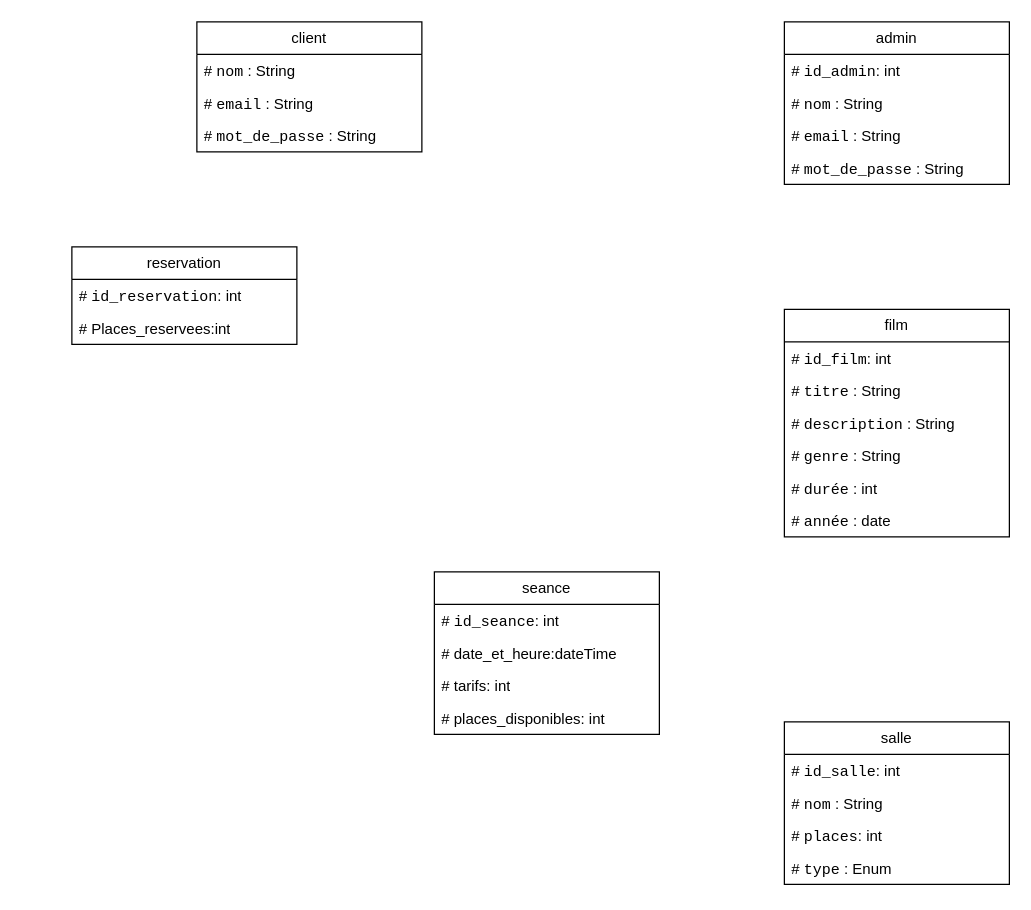
Above: page "Page-1" (1 of 2) of Diagramme sans nom.drawio in IBRA-oub/CineManager (draw.io), before the change. Source tidied: cells renumbered, new cells numbered last; positions are measured from the earlier drawing's top-left corner, leaving out a move shared by most shapes. Both pictures are drawn from the tidied source at 125%, with x=0, y=0 at pixel (71, 21).
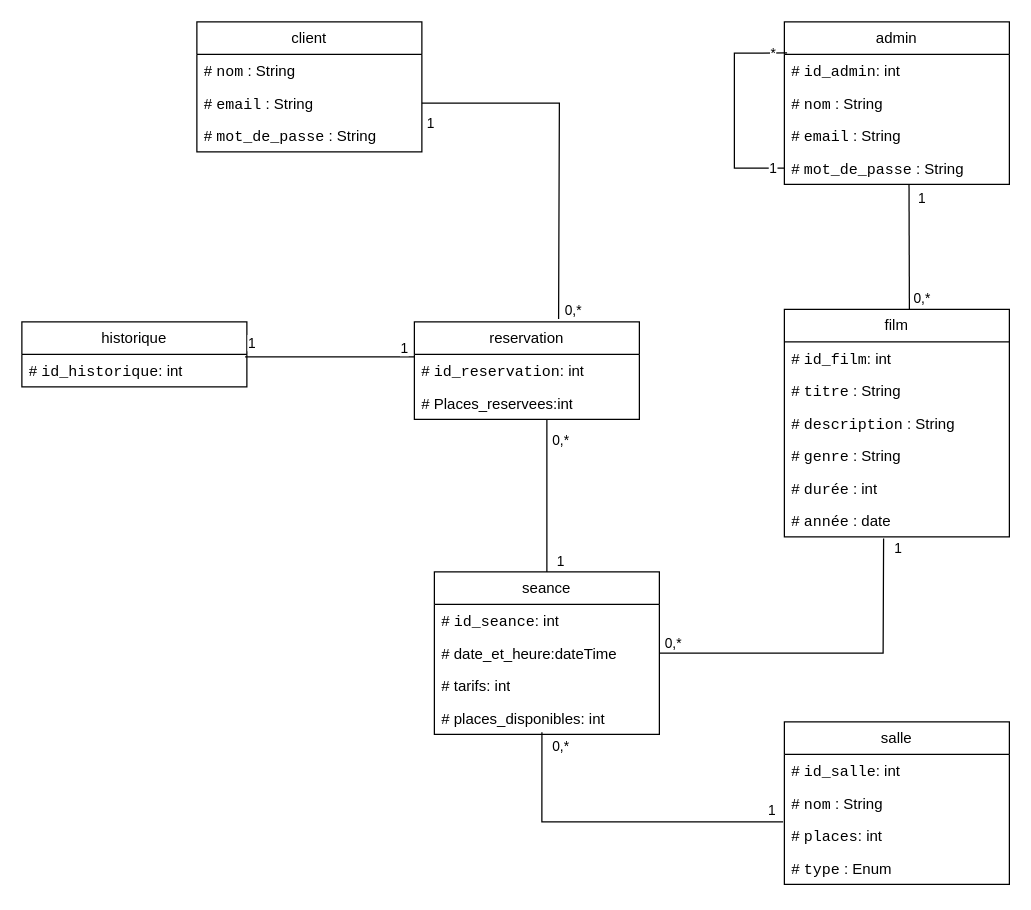
The same diagram, later.

Commit message:
Mettre à jour Diagramme sans nom.drawio

Unchanged cells that the change refers to:
```xml
<mxCell id="2" value="admin" style="swimlane;fontStyle=0;horizontal=1;startSize=26;fillColor=none;whiteSpace=wrap;html=1;" parent="1" vertex="1">
  <mxGeometry x="570" width="180" height="130" as="geometry" />
</mxCell>
<mxCell id="3" value="# &lt;font face=&quot;monospace&quot;&gt;id_admin&lt;/font&gt;: int" style="text;strokeColor=none;fillColor=none;align=left;verticalAlign=top;spacingLeft=4;spacingRight=4;overflow=hidden;points=[[0,0.5],[1,0.5]];portConstraint=eastwest;whiteSpace=wrap;html=1;" parent="2" vertex="1">
  <mxGeometry y="26" width="180" height="26" as="geometry" />
</mxCell>
<mxCell id="6" value="#&amp;nbsp;&lt;code&gt;mot_de_passe&lt;/code&gt; : String" style="text;strokeColor=none;fillColor=none;align=left;verticalAlign=top;spacingLeft=4;spacingRight=4;overflow=hidden;points=[[0,0.5],[1,0.5]];portConstraint=eastwest;whiteSpace=wrap;html=1;" parent="2" vertex="1">
  <mxGeometry y="104" width="180" height="26" as="geometry" />
</mxCell>
<mxCell id="9" value="#&amp;nbsp;&lt;code&gt;email&lt;/code&gt; : String" style="text;strokeColor=none;fillColor=none;align=left;verticalAlign=top;spacingLeft=4;spacingRight=4;overflow=hidden;points=[[0,0.5],[1,0.5]];portConstraint=eastwest;whiteSpace=wrap;html=1;" parent="7" vertex="1">
  <mxGeometry y="52" width="180" height="26" as="geometry" />
</mxCell>
<mxCell id="17" value="#&amp;nbsp;&lt;code&gt;année&lt;/code&gt; : date" style="text;strokeColor=none;fillColor=none;align=left;verticalAlign=top;spacingLeft=4;spacingRight=4;overflow=hidden;points=[[0,0.5],[1,0.5]];portConstraint=eastwest;whiteSpace=wrap;html=1;" parent="11" vertex="1">
  <mxGeometry y="156" width="180" height="26" as="geometry" />
</mxCell>
<mxCell id="23" value="seance" style="swimlane;fontStyle=0;horizontal=1;startSize=26;fillColor=none;whiteSpace=wrap;html=1;" parent="1" vertex="1">
  <mxGeometry x="290" y="440" width="180" height="130" as="geometry" />
</mxCell>
<mxCell id="25" value="# date_et_heure:dateTime" style="text;strokeColor=none;fillColor=none;align=left;verticalAlign=top;spacingLeft=4;spacingRight=4;overflow=hidden;points=[[0,0.5],[1,0.5]];portConstraint=eastwest;whiteSpace=wrap;html=1;" parent="23" vertex="1">
  <mxGeometry y="52" width="180" height="26" as="geometry" />
</mxCell>
<mxCell id="27" value="# places_disponibles: int" style="text;strokeColor=none;fillColor=none;align=left;verticalAlign=top;spacingLeft=4;spacingRight=4;overflow=hidden;points=[[0,0.5],[1,0.5]];portConstraint=eastwest;whiteSpace=wrap;html=1;" parent="23" vertex="1">
  <mxGeometry y="104" width="180" height="26" as="geometry" />
</mxCell>
<mxCell id="29" value="# &lt;font face=&quot;monospace&quot;&gt;id_reservation&lt;/font&gt;: int" style="text;strokeColor=none;fillColor=none;align=left;verticalAlign=top;spacingLeft=4;spacingRight=4;overflow=hidden;points=[[0,0.5],[1,0.5]];portConstraint=eastwest;whiteSpace=wrap;html=1;" parent="28" vertex="1">
  <mxGeometry y="26" width="180" height="26" as="geometry" />
</mxCell>
```

Diff of the diagram source:
```diff
@@
+    <mxCell id="31" style="endArrow=none;html=1;rounded=0;entryX=0;entryY=0.5;entryDx=0;entryDy=0;exitX=0.012;exitY=-0.044;exitDx=0;exitDy=0;exitPerimeter=0;" parent="2" edge="1" source="3" target="6">
+      <mxGeometry relative="1" as="geometry">
+        <Array as="points">
+          <mxPoint x="-40" y="25" />
+          <mxPoint x="-40" y="70" />
+          <mxPoint x="-40" y="117" />
+        </Array>
+      </mxGeometry>
+    </mxCell>
+    <mxCell id="32" value="1" style="edgeLabel;html=1;align=center;verticalAlign=middle;" parent="31" vertex="1">
+      <mxGeometry x="0.89" y="1" relative="1" as="geometry" />
+    </mxCell>
+    <mxCell id="33" value="*" style="edgeLabel;html=1;align=center;verticalAlign=middle;" parent="31" vertex="1">
+      <mxGeometry x="-0.86" relative="1" as="geometry" />
+    </mxCell>
@@
     <mxCell id="28" value="reservation" style="swimlane;fontStyle=0;horizontal=1;startSize=26;fillColor=none;whiteSpace=wrap;html=1;" parent="1" vertex="1">
-      <mxGeometry y="180" width="180" height="78" as="geometry" />
+      <mxGeometry x="274" y="240" width="180" height="78" as="geometry" />
     </mxCell>
@@
+    <mxCell id="34" value="historique" style="swimlane;fontStyle=0;horizontal=1;startSize=26;fillColor=none;whiteSpace=wrap;html=1;" parent="1" vertex="1">
+      <mxGeometry x="-40" y="240" width="180" height="52" as="geometry" />
+    </mxCell>
+    <mxCell id="35" value="# &lt;font face=&quot;monospace&quot;&gt;id_historique&lt;/font&gt;: int" style="text;strokeColor=none;fillColor=none;align=left;verticalAlign=top;spacingLeft=4;spacingRight=4;overflow=hidden;points=[[0,0.5],[1,0.5]];portConstraint=eastwest;whiteSpace=wrap;html=1;" parent="34" vertex="1">
+      <mxGeometry y="26" width="180" height="26" as="geometry" />
+    </mxCell>
+    <mxCell id="36" style="endArrow=none;html=1;rounded=0;entryX=0.554;entryY=0.989;entryDx=0;entryDy=0;entryPerimeter=0;" parent="1" edge="1" target="6">
+      <mxGeometry relative="1" as="geometry">
+        <mxPoint x="670" y="230" as="sourcePoint" />
+      </mxGeometry>
+    </mxCell>
+    <mxCell id="37" value="1" style="edgeLabel;html=1;align=center;verticalAlign=middle;" parent="36" vertex="1">
+      <mxGeometry x="0.8" y="1" relative="1" as="geometry">
+        <mxPoint x="11" as="offset" />
+      </mxGeometry>
+    </mxCell>
+    <mxCell id="38" value="0,*" style="edgeLabel;html=1;align=center;verticalAlign=middle;" parent="36" vertex="1">
+      <mxGeometry x="-0.87" relative="1" as="geometry">
+        <mxPoint x="10" y="-3" as="offset" />
+      </mxGeometry>
+    </mxCell>
+    <mxCell id="39" style="endArrow=none;html=1;rounded=0;exitX=1;exitY=0.5;exitDx=0;exitDy=0;entryX=0.441;entryY=1.047;entryDx=0;entryDy=0;entryPerimeter=0;" parent="1" edge="1" source="25" target="17">
+      <mxGeometry relative="1" as="geometry">
+        <Array as="points">
+          <mxPoint x="649" y="505" />
+        </Array>
+      </mxGeometry>
+    </mxCell>
+    <mxCell id="40" value="1" style="edgeLabel;html=1;align=center;verticalAlign=middle;" parent="39" vertex="1">
+      <mxGeometry x="0.95" relative="1" as="geometry">
+        <mxPoint x="11" as="offset" />
+      </mxGeometry>
+    </mxCell>
+    <mxCell id="41" value="0,*" style="edgeLabel;html=1;align=center;verticalAlign=middle;" parent="39" vertex="1">
+      <mxGeometry x="-0.95" y="1" relative="1" as="geometry">
+        <mxPoint x="3" y="-8" as="offset" />
+      </mxGeometry>
+    </mxCell>
+    <mxCell id="42" style="endArrow=none;html=1;rounded=0;exitX=0.478;exitY=0.935;exitDx=0;exitDy=0;exitPerimeter=0;" parent="1" edge="1" source="27">
+      <mxGeometry relative="1" as="geometry">
+        <mxPoint x="569" y="640" as="targetPoint" />
+        <Array as="points">
+          <mxPoint x="376" y="640" />
+        </Array>
+      </mxGeometry>
+    </mxCell>
+    <mxCell id="43" value="0,*" style="edgeLabel;html=1;align=center;verticalAlign=middle;" parent="42" vertex="1">
+      <mxGeometry x="-0.92" relative="1" as="geometry">
+        <mxPoint x="14" as="offset" />
+      </mxGeometry>
+    </mxCell>
+    <mxCell id="44" value="1" style="edgeLabel;html=1;align=center;verticalAlign=middle;" parent="42" vertex="1">
+      <mxGeometry x="0.9" relative="1" as="geometry">
+        <mxPoint x="4" y="-10" as="offset" />
+      </mxGeometry>
+    </mxCell>
+    <mxCell id="45" style="endArrow=none;html=1;rounded=0;exitX=0.5;exitY=0;exitDx=0;exitDy=0;" parent="1" edge="1" source="23">
+      <mxGeometry relative="1" as="geometry">
+        <mxPoint x="380" y="318" as="targetPoint" />
+      </mxGeometry>
+    </mxCell>
+    <mxCell id="46" value="0,*" style="edgeLabel;html=1;align=center;verticalAlign=middle;" parent="45" vertex="1">
+      <mxGeometry x="0.9" y="2" relative="1" as="geometry">
+        <mxPoint x="12" y="10" as="offset" />
+      </mxGeometry>
+    </mxCell>
+    <mxCell id="47" value="1" style="edgeLabel;html=1;align=center;verticalAlign=middle;" parent="45" vertex="1">
+      <mxGeometry x="-0.86" relative="1" as="geometry">
+        <mxPoint x="10" as="offset" />
+      </mxGeometry>
+    </mxCell>
+    <mxCell id="48" style="endArrow=none;html=1;rounded=0;entryX=0.641;entryY=-0.03;entryDx=0;entryDy=0;entryPerimeter=0;" parent="1" edge="1" source="9" target="28">
+      <mxGeometry relative="1" as="geometry">
+        <Array as="points">
+          <mxPoint x="390" y="65" />
+        </Array>
+      </mxGeometry>
+    </mxCell>
+    <mxCell id="49" value="0,*" style="edgeLabel;html=1;align=center;verticalAlign=middle;" parent="48" vertex="1">
+      <mxGeometry x="0.95" y="1" relative="1" as="geometry">
+        <mxPoint x="10" y="-1" as="offset" />
+      </mxGeometry>
+    </mxCell>
+    <mxCell id="50" value="1" style="edgeLabel;html=1;align=center;verticalAlign=middle;" parent="48" vertex="1">
+      <mxGeometry x="-0.96" y="-1" relative="1" as="geometry">
+        <mxPoint y="14" as="offset" />
+      </mxGeometry>
+    </mxCell>
+    <mxCell id="51" style="endArrow=none;html=1;rounded=0;exitX=0.992;exitY=0.077;exitDx=0;exitDy=0;exitPerimeter=0;entryX=0;entryY=0.077;entryDx=0;entryDy=0;entryPerimeter=0;" parent="1" edge="1" source="35" target="29">
+      <mxGeometry relative="1" as="geometry" />
+    </mxCell>
+    <mxCell id="52" value="1" style="edgeLabel;html=1;align=center;verticalAlign=middle;" parent="51" vertex="1">
+      <mxGeometry x="-0.92" relative="1" as="geometry">
+        <mxPoint y="-12" as="offset" />
+      </mxGeometry>
+    </mxCell>
+    <mxCell id="53" value="1" style="edgeLabel;html=1;align=center;verticalAlign=middle;" parent="51" vertex="1">
+      <mxGeometry x="0.87" y="-1" relative="1" as="geometry">
+        <mxPoint y="-9" as="offset" />
+      </mxGeometry>
+    </mxCell>
```
